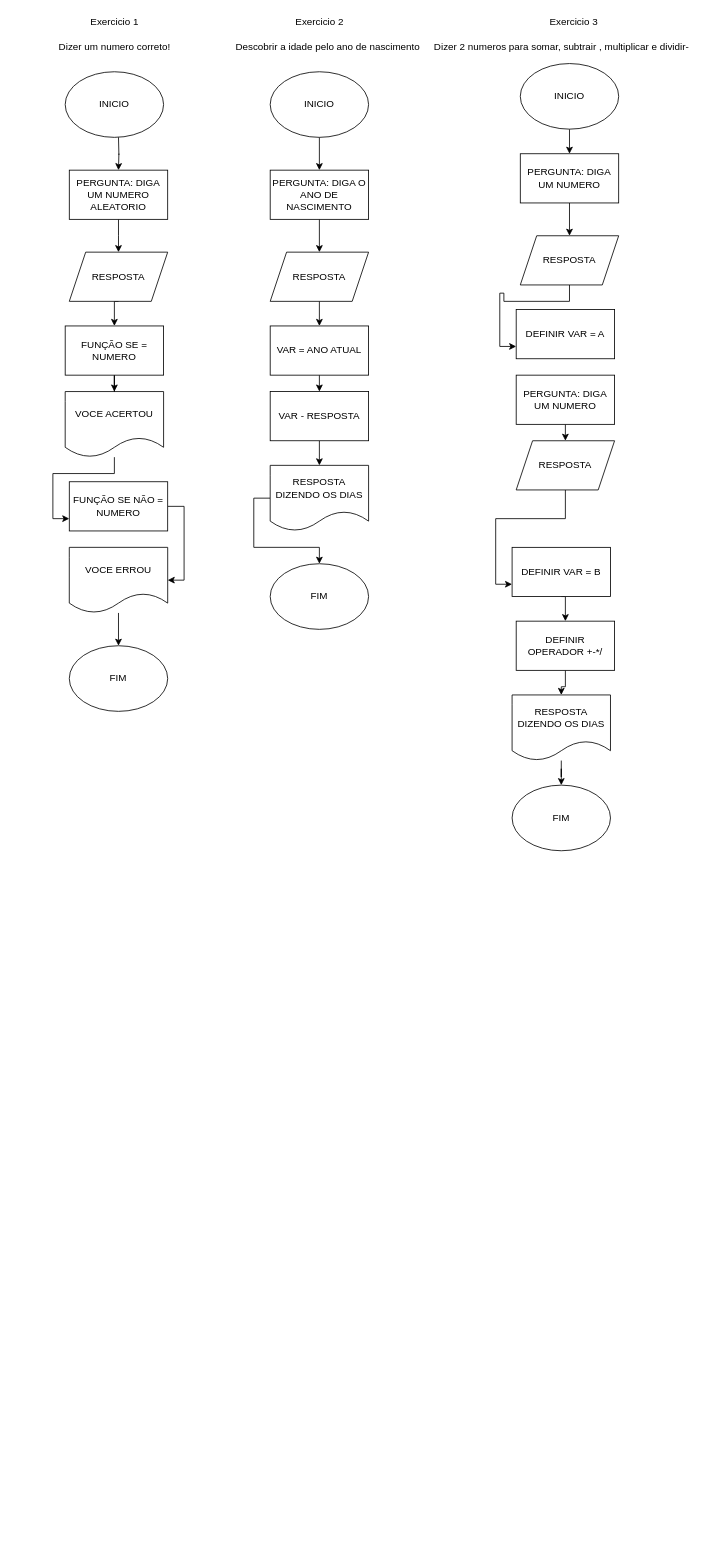
Before: Untitled Diagram.drawio in devmariorox/Fluxogramas, a draw.io diagram. Source tidied: cells renumbered, new cells numbered last; positions are measured from the earlier drawing's top-left corner, leaving out a move shared by most shapes. Both pictures are drawn from the tidied source at 82%, with x=0, y=0 at pixel (52, 14).
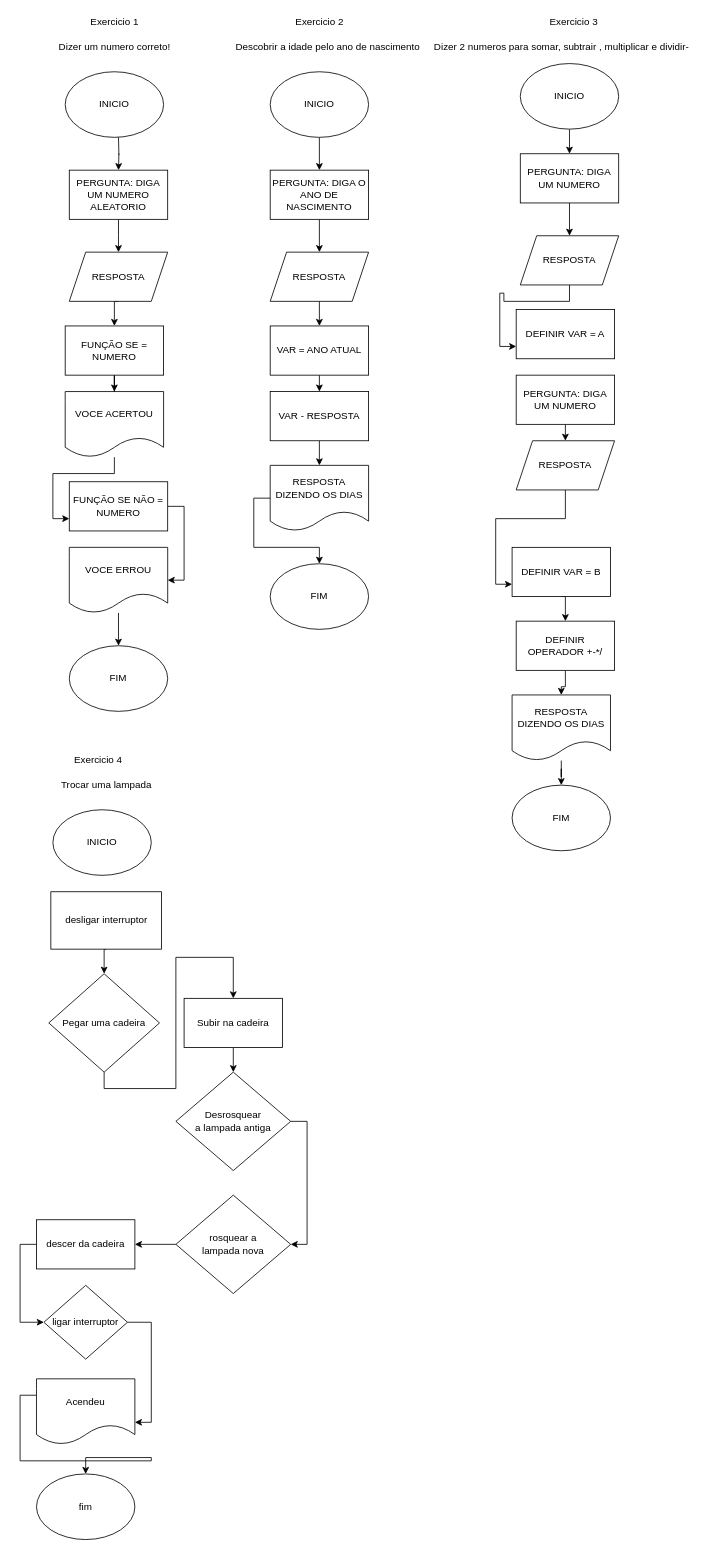
Above is the later version.

What changed in the source:
```diff
@@
+    <mxCell id="54" value="Exercicio 4" style="text;html=1;align=center;verticalAlign=middle;strokeColor=none;fillColor=none;" parent="1" vertex="1">
+      <mxGeometry x="20" y="900" width="70" height="20" as="geometry" />
+    </mxCell>
+    <mxCell id="55" value="Trocar uma lampada" style="text;html=1;align=center;verticalAlign=middle;strokeColor=none;fillColor=none;" parent="1" vertex="1">
+      <mxGeometry y="930" width="130" height="20" as="geometry" />
+    </mxCell>
+    <mxCell id="56" value="INICIO" style="ellipse;whiteSpace=wrap;html=1;" parent="1" vertex="1">
+      <mxGeometry y="970" width="120" height="80" as="geometry" />
+    </mxCell>
+    <mxCell id="57" style="edgeStyle=orthogonalEdgeStyle;rounded=0;jettySize=auto;html=1;exitX=0.5;exitY=1;exitDx=0;exitDy=0;entryX=0.5;entryY=0;entryDx=0;entryDy=0;" parent="1" edge="1" source="58" target="60">
+      <mxGeometry relative="1" as="geometry" />
+    </mxCell>
+    <mxCell id="58" value="desligar interruptor" style="rounded=0;whiteSpace=wrap;html=1;" parent="1" vertex="1">
+      <mxGeometry x="-2.5" y="1070" width="135" height="70" as="geometry" />
+    </mxCell>
+    <mxCell id="59" style="edgeStyle=orthogonalEdgeStyle;rounded=0;jettySize=auto;html=1;exitX=0.5;exitY=1;exitDx=0;exitDy=0;entryX=0.5;entryY=0;entryDx=0;entryDy=0;" parent="1" edge="1" source="60" target="62">
+      <mxGeometry relative="1" as="geometry" />
+    </mxCell>
+    <mxCell id="60" value="Pegar uma cadeira" style="rhombus;whiteSpace=wrap;html=1;" parent="1" vertex="1">
+      <mxGeometry x="-5" y="1170" width="135" height="120" as="geometry" />
+    </mxCell>
+    <mxCell id="61" style="edgeStyle=orthogonalEdgeStyle;rounded=0;jettySize=auto;html=1;exitX=0.5;exitY=1;exitDx=0;exitDy=0;entryX=0.5;entryY=0;entryDx=0;entryDy=0;" parent="1" edge="1" source="62" target="64">
+      <mxGeometry relative="1" as="geometry" />
+    </mxCell>
+    <mxCell id="62" value="Subir na cadeira" style="rounded=0;whiteSpace=wrap;html=1;" parent="1" vertex="1">
+      <mxGeometry x="160" y="1200" width="120" height="60" as="geometry" />
+    </mxCell>
+    <mxCell id="63" style="edgeStyle=orthogonalEdgeStyle;rounded=0;jettySize=auto;html=1;exitX=1;exitY=0.5;exitDx=0;exitDy=0;entryX=1;entryY=0.5;entryDx=0;entryDy=0;" parent="1" edge="1" source="64" target="66">
+      <mxGeometry relative="1" as="geometry" />
+    </mxCell>
+    <mxCell id="64" value="Desrosquear&lt;br&gt;a lampada antiga" style="rhombus;whiteSpace=wrap;html=1;" parent="1" vertex="1">
+      <mxGeometry x="150" y="1290" width="140" height="120" as="geometry" />
+    </mxCell>
+    <mxCell id="65" style="edgeStyle=orthogonalEdgeStyle;rounded=0;jettySize=auto;html=1;entryX=1;entryY=0.5;entryDx=0;entryDy=0;" parent="1" edge="1" source="66" target="68">
+      <mxGeometry relative="1" as="geometry" />
+    </mxCell>
+    <mxCell id="66" value="rosquear a&lt;br&gt;lampada nova" style="rhombus;whiteSpace=wrap;html=1;" parent="1" vertex="1">
+      <mxGeometry x="150" y="1440" width="140" height="120" as="geometry" />
+    </mxCell>
+    <mxCell id="67" style="edgeStyle=orthogonalEdgeStyle;rounded=0;jettySize=auto;html=1;exitX=0;exitY=0.5;exitDx=0;exitDy=0;entryX=0;entryY=0.5;entryDx=0;entryDy=0;" parent="1" edge="1" source="68" target="70">
+      <mxGeometry relative="1" as="geometry" />
+    </mxCell>
+    <mxCell id="68" value="descer da cadeira" style="rounded=0;whiteSpace=wrap;html=1;" parent="1" vertex="1">
+      <mxGeometry x="-20" y="1470" width="120" height="60" as="geometry" />
+    </mxCell>
+    <mxCell id="69" style="edgeStyle=orthogonalEdgeStyle;rounded=0;jettySize=auto;html=1;exitX=1;exitY=0.5;exitDx=0;exitDy=0;entryX=1;entryY=0.663;entryDx=0;entryDy=0;entryPerimeter=0;" parent="1" edge="1" source="70" target="72">
+      <mxGeometry relative="1" as="geometry" />
+    </mxCell>
+    <mxCell id="70" value="ligar interruptor" style="rhombus;whiteSpace=wrap;html=1;" parent="1" vertex="1">
+      <mxGeometry x="-11" y="1550" width="102" height="90" as="geometry" />
+    </mxCell>
+    <mxCell id="71" style="edgeStyle=orthogonalEdgeStyle;rounded=0;jettySize=auto;html=1;exitX=0;exitY=0.25;exitDx=0;exitDy=0;" parent="1" edge="1" source="72" target="73">
+      <mxGeometry relative="1" as="geometry" />
+    </mxCell>
+    <mxCell id="72" value="Acendeu" style="shape=document;whiteSpace=wrap;html=1;boundedLbl=1;" parent="1" vertex="1">
+      <mxGeometry x="-20" y="1664" width="120" height="80" as="geometry" />
+    </mxCell>
+    <mxCell id="73" value="fim" style="ellipse;whiteSpace=wrap;html=1;" parent="1" vertex="1">
+      <mxGeometry x="-20" y="1780" width="120" height="80" as="geometry" />
+    </mxCell>
```
